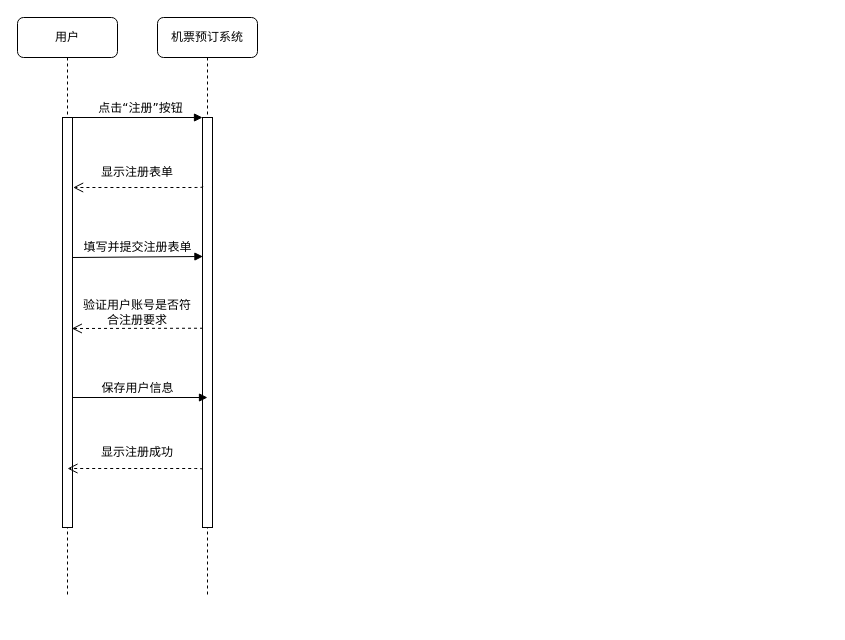
Before: 用户注册.drawio in FJY321/111, a draw.io diagram. Source tidied: cells renumbered, new cells numbered last; positions are measured from the earlier drawing's top-left corner, leaving out a move shared by most shapes. Both pictures are drawn from the tidied source at 100%, with x=0, y=0 at pixel (17, 17).
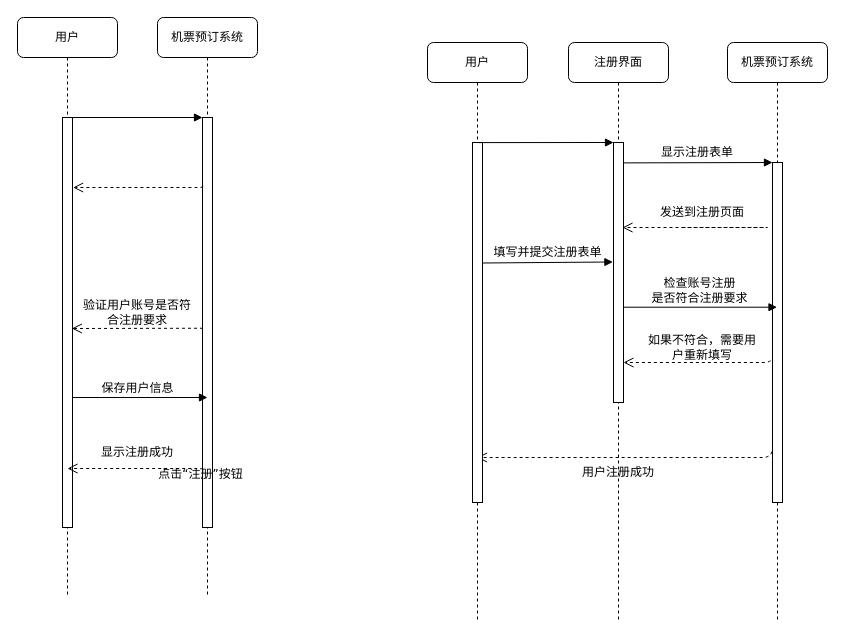
After the change.

Commit message:
用户注册顺序图.drawio

Unchanged cells that the change refers to:
```xml
<mxCell id="3" style="html=1;points=[];perimeter=orthogonalPerimeter;rounded=0;shadow=0;comic=0;labelBackgroundColor=none;strokeWidth=1;fontFamily=Verdana;fontSize=12;align=center;" parent="2" vertex="1">
  <mxGeometry x="45" y="100" width="10" height="410" as="geometry" />
</mxCell>
<mxCell id="5" style="html=1;points=[];perimeter=orthogonalPerimeter;rounded=0;shadow=0;comic=0;labelBackgroundColor=none;strokeWidth=1;fontFamily=Verdana;fontSize=12;align=center;" parent="4" vertex="1">
  <mxGeometry x="45" y="100" width="10" height="410" as="geometry" />
</mxCell>
```

Change to the diagram source:
```diff
@@
-    <mxCell id="7" value="填写并提交注册表单" style="html=1;verticalAlign=bottom;endArrow=block;labelBackgroundColor=none;fontFamily=Verdana;fontSize=12;entryX=0.043;entryY=0.339;entryDx=0;entryDy=0;entryPerimeter=0;" parent="1" edge="1" target="3">
-      <mxGeometry relative="1" as="geometry">
-        <mxPoint x="55" y="240" as="sourcePoint" />
-      </mxGeometry>
-    </mxCell>
     <mxCell id="8" value="点击“注册”按钮" style="html=1;verticalAlign=bottom;endArrow=block;entryX=0;entryY=0;labelBackgroundColor=none;fontFamily=Verdana;fontSize=12;edgeStyle=elbowEdgeStyle;elbow=vertical;" parent="1" edge="1" source="5" target="3">
-      <mxGeometry x="0.04" relative="1" as="geometry" />
+      <mxGeometry x="0.99" y="-346" relative="1" as="geometry">
+        <mxPoint x="-1" y="20" as="offset" />
+      </mxGeometry>
     </mxCell>
     <mxCell id="9" value="显示注册表单" style="text;strokeColor=none;align=center;fillColor=none;html=1;verticalAlign=middle;whiteSpace=wrap;rounded=0;" parent="1" vertex="1">
-      <mxGeometry x="80" y="140" width="80" height="30" as="geometry" />
+      <mxGeometry x="640" y="120" width="80" height="30" as="geometry" />
     </mxCell>
@@
+    <mxCell id="15" value="注册界面" style="shape=umlLifeline;perimeter=lifelinePerimeter;whiteSpace=wrap;html=1;rounded=1;shadow=0;comic=0;labelBackgroundColor=none;strokeWidth=1;fontFamily=Verdana;fontSize=12;align=center;" parent="1" vertex="1">
+      <mxGeometry x="551" y="25" width="100" height="580" as="geometry" />
+    </mxCell>
+    <mxCell id="16" style="html=1;perimeter=orthogonalPerimeter;rounded=0;shadow=0;comic=0;labelBackgroundColor=none;strokeWidth=1;fontFamily=Verdana;fontSize=12;align=center;" parent="15" vertex="1">
+      <mxGeometry x="45" y="100" width="10" height="260" as="geometry" />
+    </mxCell>
+    <mxCell id="7" value="填写并提交注册表单" style="html=1;verticalAlign=bottom;endArrow=block;labelBackgroundColor=none;fontFamily=Verdana;fontSize=12;entryX=0.043;entryY=0.339;entryDx=0;entryDy=0;entryPerimeter=0;" parent="15" edge="1">
+      <mxGeometry y="1" relative="1" as="geometry">
+        <mxPoint x="-86" y="220.5" as="sourcePoint" />
+        <mxPoint x="44.4" y="219.5" as="targetPoint" />
+      </mxGeometry>
+    </mxCell>
+    <mxCell id="17" style="html=1;verticalAlign=bottom;endArrow=open;dashed=1;endSize=8;labelBackgroundColor=none;fontFamily=Verdana;fontSize=12;edgeStyle=elbowEdgeStyle;elbow=vertical;exitX=0.146;exitY=0.48;exitDx=0;exitDy=0;exitPerimeter=0;" parent="15" edge="1" source="20">
+      <mxGeometry x="1" y="148" relative="1" as="geometry">
+        <mxPoint x="55" y="320.4" as="targetPoint" />
+        <Array as="points">
+          <mxPoint x="45" y="320" />
+        </Array>
+        <mxPoint x="-145" y="-118" as="offset" />
+      </mxGeometry>
+    </mxCell>
+    <mxCell id="18" value="用户注册成功" style="text;strokeColor=none;align=center;fillColor=none;html=1;verticalAlign=middle;whiteSpace=wrap;rounded=0;" parent="15" vertex="1">
+      <mxGeometry x="5" y="415" width="90" height="30" as="geometry" />
+    </mxCell>
+    <mxCell id="19" value="机票预订系统" style="shape=umlLifeline;perimeter=lifelinePerimeter;whiteSpace=wrap;html=1;outlineConnect=0;rounded=1;shadow=0;comic=0;labelBackgroundColor=none;strokeWidth=1;fontFamily=Verdana;fontSize=12;align=center;" parent="1" vertex="1">
+      <mxGeometry x="710" y="25" width="100" height="580" as="geometry" />
+    </mxCell>
+    <mxCell id="20" style="html=1;points=[];perimeter=orthogonalPerimeter;rounded=0;shadow=0;comic=0;labelBackgroundColor=none;strokeWidth=1;fontFamily=Verdana;fontSize=12;align=center;" parent="19" vertex="1">
+      <mxGeometry x="45" y="120" width="10" height="340" as="geometry" />
+    </mxCell>
+    <mxCell id="21" value="检查账号注册&lt;div&gt;是否符合注册要求&lt;/div&gt;" style="html=1;verticalAlign=bottom;endArrow=block;labelBackgroundColor=none;fontFamily=Verdana;fontSize=12;" parent="19" edge="1" target="19">
+      <mxGeometry x="-0.01" relative="1" as="geometry">
+        <mxPoint x="-104" y="264.7" as="sourcePoint" />
+      </mxGeometry>
+    </mxCell>
+    <mxCell id="22" style="html=1;verticalAlign=bottom;endArrow=open;dashed=1;endSize=8;labelBackgroundColor=none;fontFamily=Verdana;fontSize=12;edgeStyle=elbowEdgeStyle;elbow=vertical;exitX=0.146;exitY=0.48;exitDx=0;exitDy=0;exitPerimeter=0;" parent="19" edge="1" target="23">
+      <mxGeometry x="1" y="148" relative="1" as="geometry">
+        <mxPoint x="45" y="385" as="sourcePoint" />
+        <Array as="points">
+          <mxPoint x="-60" y="415" />
+          <mxPoint x="-115" y="388" />
+        </Array>
+        <mxPoint x="-145" y="-118" as="offset" />
+      </mxGeometry>
+    </mxCell>
+    <mxCell id="23" value="用户" style="shape=umlLifeline;perimeter=lifelinePerimeter;whiteSpace=wrap;html=1;outlineConnect=0;rounded=1;shadow=0;comic=0;labelBackgroundColor=none;strokeWidth=1;fontFamily=Verdana;fontSize=12;align=center;" parent="1" vertex="1">
+      <mxGeometry x="410" y="25" width="100" height="580" as="geometry" />
+    </mxCell>
+    <mxCell id="24" style="html=1;perimeter=orthogonalPerimeter;rounded=0;shadow=0;comic=0;labelBackgroundColor=none;strokeWidth=1;fontFamily=Verdana;fontSize=12;align=center;" parent="23" vertex="1">
+      <mxGeometry x="45" y="100" width="10" height="360" as="geometry" />
+    </mxCell>
+    <mxCell id="25" style="html=1;verticalAlign=bottom;endArrow=block;entryX=0;entryY=0;labelBackgroundColor=none;fontFamily=Verdana;fontSize=12;edgeStyle=elbowEdgeStyle;elbow=vertical;" parent="23" edge="1">
+      <mxGeometry relative="1" as="geometry">
+        <mxPoint x="50" y="100.1" as="sourcePoint" />
+        <mxPoint x="186" y="100.1" as="targetPoint" />
+      </mxGeometry>
+    </mxCell>
+    <mxCell id="26" style="html=1;verticalAlign=bottom;endArrow=open;dashed=1;endSize=8;labelBackgroundColor=none;fontFamily=Verdana;fontSize=12;edgeStyle=elbowEdgeStyle;elbow=vertical;" parent="1" edge="1">
+      <mxGeometry x="1" y="148" relative="1" as="geometry">
+        <mxPoint x="665" y="210" as="sourcePoint" />
+        <mxPoint x="605" y="210" as="targetPoint" />
+        <Array as="points">
+          <mxPoint x="755" y="210" />
+        </Array>
+        <mxPoint x="-145" y="-118" as="offset" />
+      </mxGeometry>
+    </mxCell>
+    <mxCell id="27" value="发送到注册页面" style="text;strokeColor=none;align=center;fillColor=none;html=1;verticalAlign=middle;whiteSpace=wrap;rounded=0;" parent="1" vertex="1">
+      <mxGeometry x="640" y="180" width="90" height="30" as="geometry" />
+    </mxCell>
+    <mxCell id="28" value="如果不符合，需要用户重新填写" style="text;strokeColor=none;align=center;fillColor=none;html=1;verticalAlign=middle;whiteSpace=wrap;rounded=0;" parent="1" vertex="1">
+      <mxGeometry x="630" y="315" width="110" height="30" as="geometry" />
+    </mxCell>
+    <mxCell id="29" style="html=1;verticalAlign=bottom;endArrow=block;entryX=0;entryY=0;labelBackgroundColor=none;fontFamily=Verdana;fontSize=12;edgeStyle=elbowEdgeStyle;elbow=vertical;" parent="1" edge="1">
+      <mxGeometry relative="1" as="geometry">
+        <mxPoint x="606" y="145.4" as="sourcePoint" />
+        <mxPoint x="755" y="145" as="targetPoint" />
+      </mxGeometry>
+    </mxCell>
```
